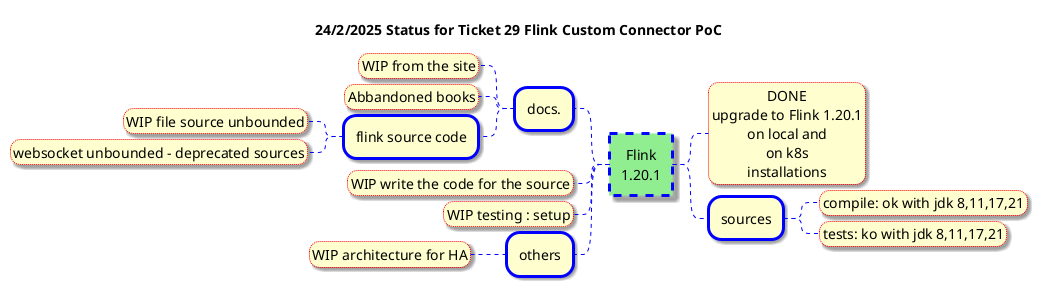
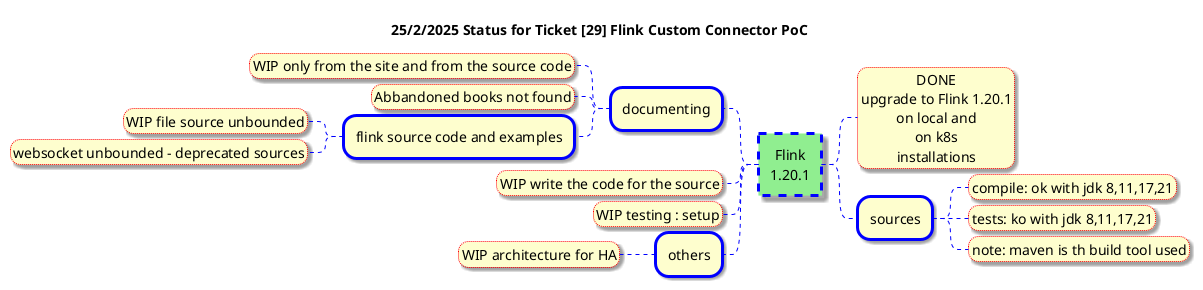
@startmindmap

skin rose

- title 24/2/2025 Status for Ticket 29 Flink Custom Connector PoC
+ title 25/2/2025 Status for Ticket [29] Flink Custom Connector PoC

<style>

node {
    Padding 12
    Margin 3
    HorizontalAlignment center
    LineColor blue
    LineThickness 3.0
}

rootNode {
    LineStyle 8.0;3.0
    LineColor blue
    BackgroundColor lightgreen
    LineThickness 3.0
    RoundCorner 0
    Shadowing 5
}

leafNode {
    LineStyle 1
    LineColor red
    LineThickness 1.0
    RoundCorner 20
    Padding 3
}

arrow {
    LineStyle 4
    LineThickness 1
    LineColor blue
}
</style>

* Flink\n1.20.1
** DONE\nupgrade to Flink 1.20.1\n on local and \non k8s\ninstallations
** sources
*** compile: ok with jdk 8,11,17,21
*** tests: ko with jdk 8,11,17,21
+ *** note: maven is th build tool used

left side

- ** docs.
- *** WIP from the site
- *** Abbandoned books
- *** flink source code
+ ** documenting
+ *** WIP only from the site and from the source code
+ *** Abbandoned books not found
+ *** flink source code and examples
**** WIP file source unbounded
**** websocket unbounded - deprecated sources
** WIP write the code for the source
** WIP testing : setup
** others
*** WIP architecture for HA

@endwbs